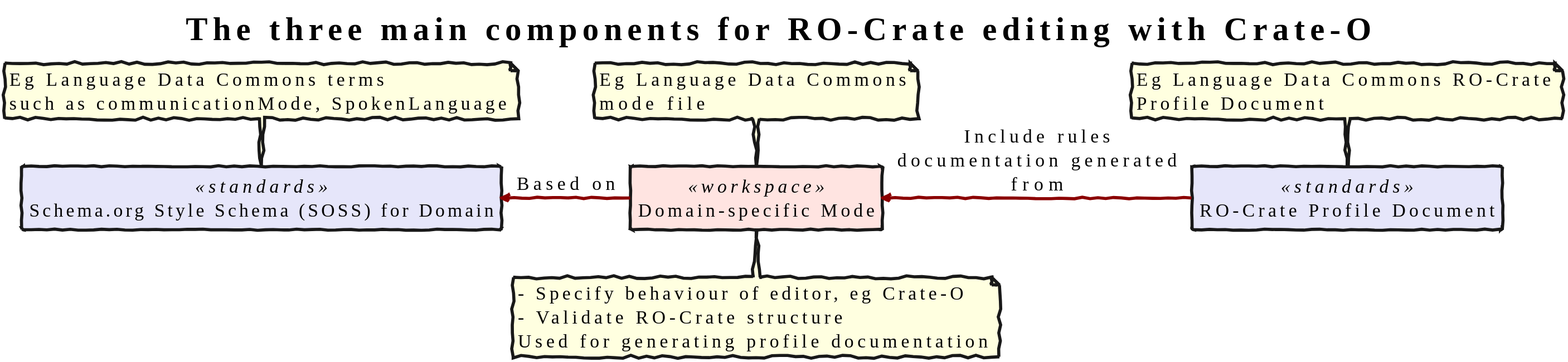
The PlantUML diagram docs/images/schema-mode-profile.svg in Language-Research-Technology/ro-crate-modes, before a commit.
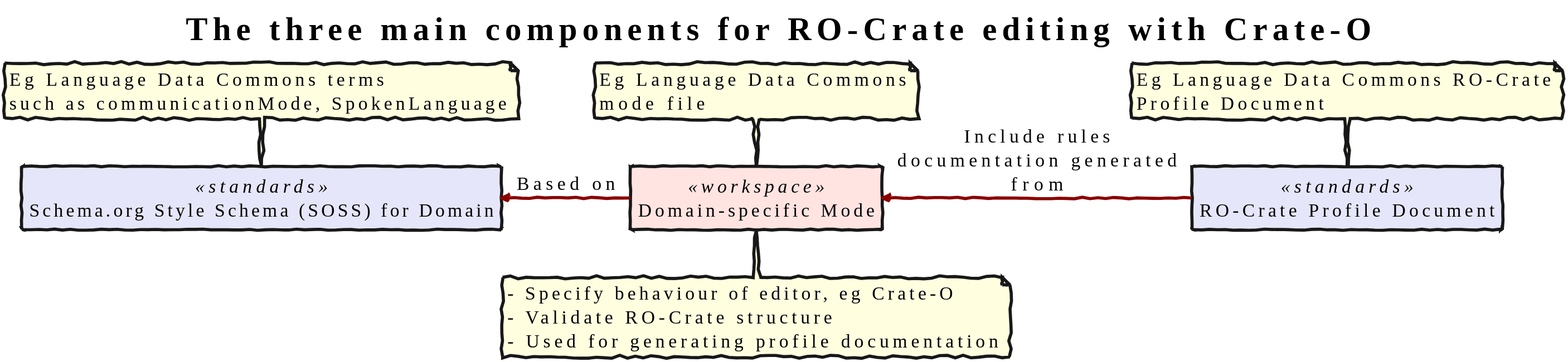
The same diagram one commit later.

Diff of the diagram source:
```diff
@@ -12,7 +12,7 @@
 
 rectangle "Domain-specific Mode" <<workspace>> as md
 note top of md: Eg Language Data Commons\nmode file
-note bottom of md: - Specify behaviour of editor, eg Crate-O\n- Validate RO-Crate structure\nUsed for generating profile documentation
+note bottom of md: - Specify behaviour of editor, eg Crate-O\n- Validate RO-Crate structure\n- Used for generating profile documentation
 
 rectangle "RO-Crate Profile Document" <<standards>> as pf
 
```
